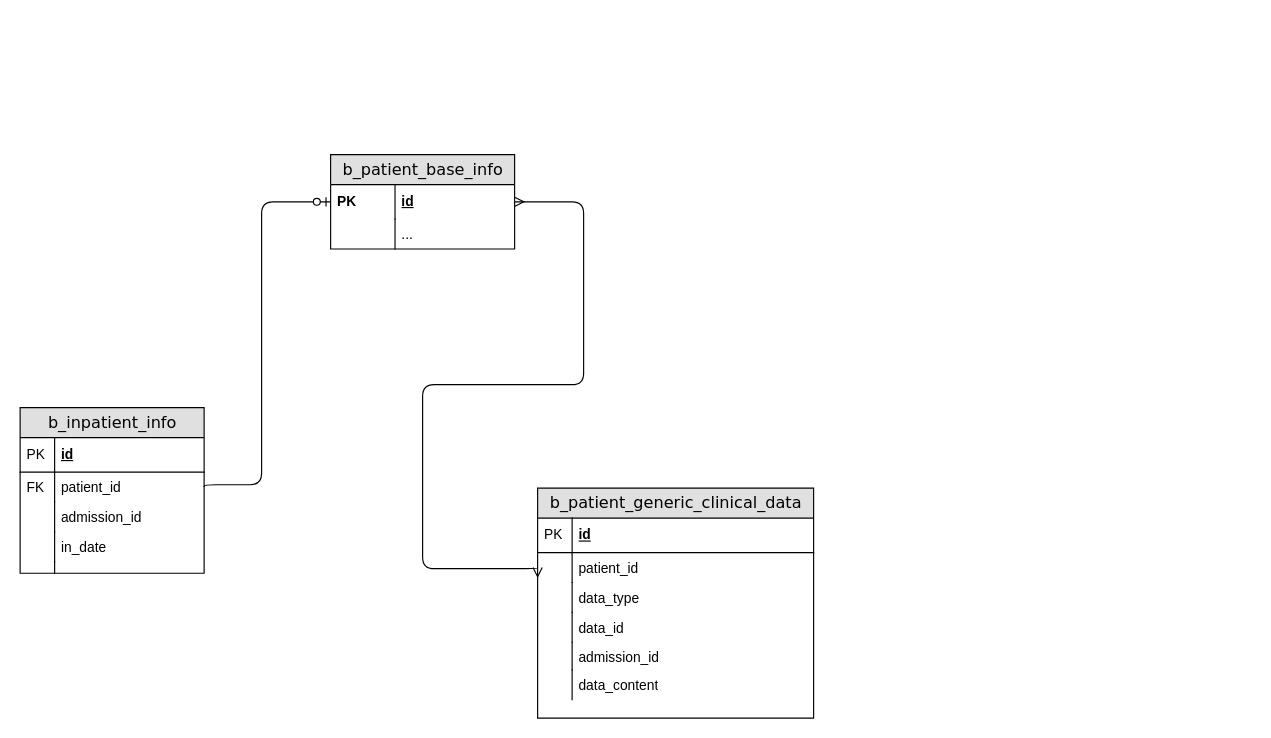
Earlier version of the draw.io diagram Untitled Diagram.drawio (suzhc/draw.io). Source tidied: cells renumbered, new cells numbered last; positions are measured from the earlier drawing's top-left corner, leaving out a move shared by most shapes. Both pictures are drawn from the tidied source at 115%, with x=0, y=0 at pixel (20, 154).
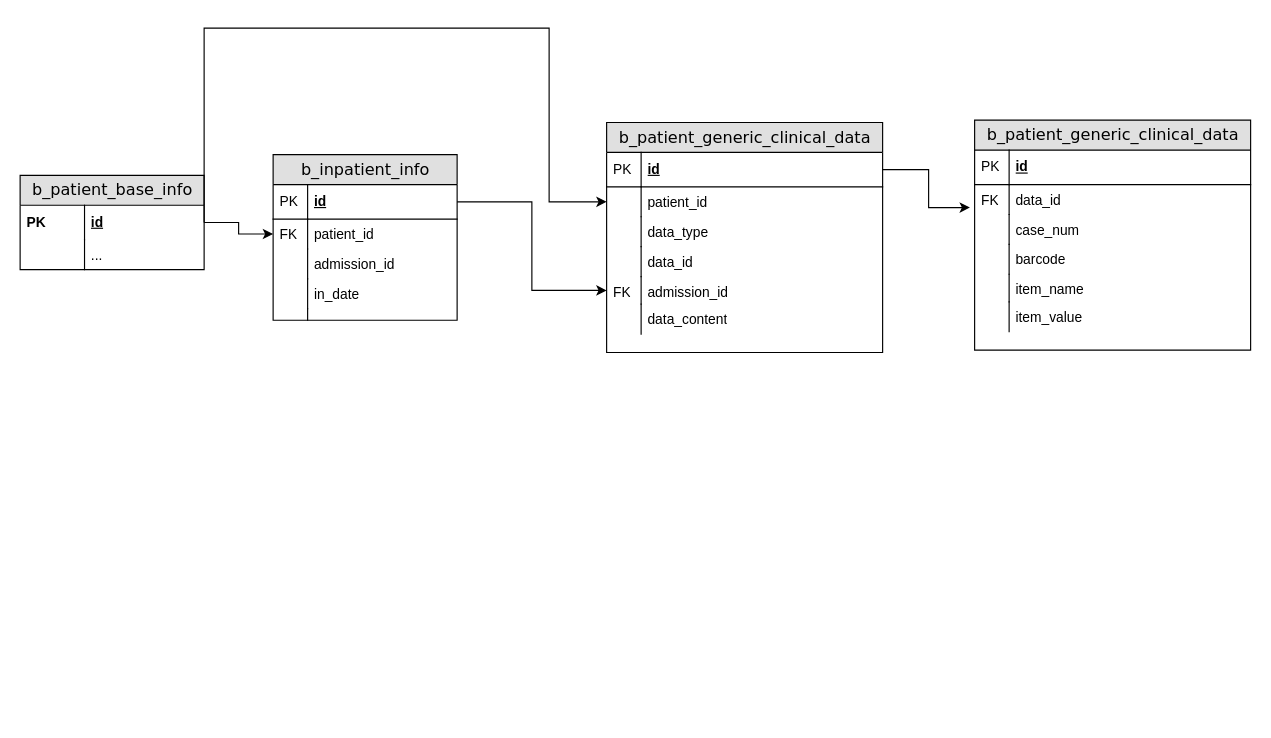
Above is the later version.

Commit message:
住院表设计.drawio

Unchanged cells that the change refers to:
```xml
<mxCell id="3" value="id" style="shape=partialRectangle;top=0;left=0;right=0;bottom=0;html=1;align=left;verticalAlign=middle;fillColor=none;spacingLeft=60;spacingRight=4;whiteSpace=wrap;overflow=hidden;points=[[0,0.5],[1,0.5]];portConstraint=eastwest;fontStyle=5;" parent="2" vertex="1">
  <mxGeometry y="26" width="160" height="30" as="geometry" />
</mxCell>
<mxCell id="8" value="id" style="shape=partialRectangle;top=0;left=0;right=0;bottom=1;html=1;align=left;verticalAlign=middle;fillColor=none;spacingLeft=34;spacingRight=4;whiteSpace=wrap;overflow=hidden;points=[[0,0.5],[1,0.5]];portConstraint=eastwest;fontStyle=5;" parent="7" vertex="1">
  <mxGeometry y="26" width="240" height="30" as="geometry" />
</mxCell>
<mxCell id="10" value="patient_id" style="shape=partialRectangle;top=0;left=0;right=0;bottom=0;html=1;align=left;verticalAlign=top;fillColor=none;spacingLeft=34;spacingRight=4;whiteSpace=wrap;overflow=hidden;points=[[0,0.5],[1,0.5]];portConstraint=eastwest;" parent="7" vertex="1">
  <mxGeometry y="56" width="240" height="26" as="geometry" />
</mxCell>
<mxCell id="16" value="admission_id" style="shape=partialRectangle;top=0;left=0;right=0;bottom=0;html=1;align=left;verticalAlign=top;fillColor=none;spacingLeft=34;spacingRight=4;whiteSpace=wrap;overflow=hidden;points=[[0,0.5],[1,0.5]];portConstraint=eastwest;" parent="7" vertex="1">
  <mxGeometry y="134" width="240" height="24" as="geometry" />
</mxCell>
<mxCell id="22" value="id" style="shape=partialRectangle;top=0;left=0;right=0;bottom=1;html=1;align=left;verticalAlign=middle;fillColor=none;spacingLeft=34;spacingRight=4;whiteSpace=wrap;overflow=hidden;points=[[0,0.5],[1,0.5]];portConstraint=eastwest;fontStyle=5;" parent="21" vertex="1">
  <mxGeometry y="26" width="160" height="30" as="geometry" />
</mxCell>
<mxCell id="24" value="patient_id" style="shape=partialRectangle;top=0;left=0;right=0;bottom=0;html=1;align=left;verticalAlign=top;fillColor=none;spacingLeft=34;spacingRight=4;whiteSpace=wrap;overflow=hidden;points=[[0,0.5],[1,0.5]];portConstraint=eastwest;" parent="21" vertex="1">
  <mxGeometry y="56" width="160" height="26" as="geometry" />
</mxCell>
```

Change to the diagram source:
```diff
@@
     <mxCell id="2" value="b_patient_base_info" style="swimlane;html=1;fontStyle=0;horizontal=1;startSize=26;fillColor=#e0e0e0;swimlaneFillColor=#ffffff;align=center;rounded=0;shadow=0;comic=0;labelBackgroundColor=none;strokeWidth=1;fontFamily=Verdana;fontSize=14;" parent="1" vertex="1">
-      <mxGeometry x="270" width="160" height="82" as="geometry" />
+      <mxGeometry y="18" width="160" height="82" as="geometry" />
     </mxCell>
@@
     <mxCell id="7" value="b_patient_generic_clinical_data" style="swimlane;html=1;fontStyle=0;horizontal=1;startSize=26;fillColor=#e0e0e0;swimlaneFillColor=#ffffff;align=center;rounded=0;shadow=0;comic=0;labelBackgroundColor=none;strokeWidth=1;fontFamily=Verdana;fontSize=14;" parent="1" vertex="1">
-      <mxGeometry x="450" y="290" width="240" height="200" as="geometry" />
+      <mxGeometry x="510" y="-28" width="240" height="200" as="geometry" />
     </mxCell>
@@
-    <mxCell id="17" style="shape=partialRectangle;top=0;left=0;bottom=0;html=1;fillColor=none;align=left;verticalAlign=top;spacingLeft=4;spacingRight=4;whiteSpace=wrap;overflow=hidden;" parent="16" vertex="1">
+    <mxCell id="17" value="FK" style="shape=partialRectangle;top=0;left=0;bottom=0;html=1;fillColor=none;align=left;verticalAlign=top;spacingLeft=4;spacingRight=4;whiteSpace=wrap;overflow=hidden;" parent="16" vertex="1">
       <mxGeometry width="30" height="24" as="geometry" />
     </mxCell>
@@
-    <mxCell id="20" style="edgeStyle=orthogonalEdgeStyle;html=1;endArrow=ERmany;startArrow=ERmany;labelBackgroundColor=none;fontFamily=Verdana;fontSize=14;entryX=1;entryY=0.5;exitX=0;exitY=0.5;exitDx=0;exitDy=0;" parent="1" edge="1" source="10" target="3">
-      <mxGeometry relative="1" as="geometry">
-        <Array as="points">
-          <mxPoint x="450" y="360" />
-          <mxPoint x="350" y="360" />
-          <mxPoint x="350" y="200" />
-          <mxPoint x="490" y="200" />
-          <mxPoint x="490" y="41" />
-        </Array>
-      </mxGeometry>
-    </mxCell>
     <mxCell id="21" value="b_inpatient_info" style="swimlane;html=1;fontStyle=0;horizontal=1;startSize=26;fillColor=#e0e0e0;swimlaneFillColor=#ffffff;align=center;rounded=0;shadow=0;comic=0;labelBackgroundColor=none;strokeWidth=1;fontFamily=Verdana;fontSize=14;" parent="1" vertex="1">
-      <mxGeometry y="220" width="160" height="144" as="geometry" />
+      <mxGeometry x="220" width="160" height="144" as="geometry" />
     </mxCell>
@@
-    <mxCell id="32" style="edgeStyle=orthogonalEdgeStyle;html=1;endArrow=ERzeroToOne;endFill=1;labelBackgroundColor=none;fontFamily=Verdana;fontSize=14;entryX=0;entryY=0.5;exitX=1;exitY=0.5;exitDx=0;exitDy=0;" parent="1" edge="1" source="24" target="3">
-      <mxGeometry relative="1" as="geometry">
-        <Array as="points">
-          <mxPoint x="210" y="287" />
-          <mxPoint x="210" y="41" />
-        </Array>
-      </mxGeometry>
-    </mxCell>
+    <mxCell id="33" value="b_patient_generic_clinical_data" style="swimlane;html=1;fontStyle=0;horizontal=1;startSize=26;fillColor=#e0e0e0;swimlaneFillColor=#ffffff;align=center;rounded=0;shadow=0;comic=0;labelBackgroundColor=none;strokeWidth=1;fontFamily=Verdana;fontSize=14;" parent="1" vertex="1">
+      <mxGeometry x="830" y="-30" width="240" height="200" as="geometry" />
+    </mxCell>
+    <mxCell id="34" value="id" style="shape=partialRectangle;top=0;left=0;right=0;bottom=1;html=1;align=left;verticalAlign=middle;fillColor=none;spacingLeft=34;spacingRight=4;whiteSpace=wrap;overflow=hidden;fontStyle=5;" parent="33" vertex="1">
+      <mxGeometry y="26" width="240" height="30" as="geometry" />
+    </mxCell>
+    <mxCell id="35" value="PK" style="shape=partialRectangle;top=0;left=0;bottom=0;html=1;fillColor=none;align=left;verticalAlign=middle;spacingLeft=4;spacingRight=4;whiteSpace=wrap;overflow=hidden;" parent="34" vertex="1">
+      <mxGeometry width="30" height="30" as="geometry" />
+    </mxCell>
+    <mxCell id="36" value="data_id" style="shape=partialRectangle;top=0;left=0;right=0;bottom=0;html=1;align=left;verticalAlign=top;fillColor=none;spacingLeft=34;spacingRight=4;whiteSpace=wrap;overflow=hidden;points=[[0,0.5],[1,0.5]];portConstraint=eastwest;" parent="33" vertex="1">
+      <mxGeometry y="56" width="240" height="26" as="geometry" />
+    </mxCell>
+    <mxCell id="37" value="FK" style="shape=partialRectangle;top=0;left=0;bottom=0;html=1;fillColor=none;align=left;verticalAlign=top;spacingLeft=4;spacingRight=4;whiteSpace=wrap;overflow=hidden;" parent="36" vertex="1">
+      <mxGeometry width="30" height="26" as="geometry" />
+    </mxCell>
+    <mxCell id="38" value="case_num" style="shape=partialRectangle;top=0;left=0;right=0;bottom=0;html=1;align=left;verticalAlign=top;fillColor=none;spacingLeft=34;spacingRight=4;whiteSpace=wrap;overflow=hidden;" parent="33" vertex="1">
+      <mxGeometry y="82" width="240" height="26" as="geometry" />
+    </mxCell>
+    <mxCell id="39" style="shape=partialRectangle;top=0;left=0;bottom=0;html=1;fillColor=none;align=left;verticalAlign=top;spacingLeft=4;spacingRight=4;whiteSpace=wrap;overflow=hidden;" parent="38" vertex="1">
+      <mxGeometry width="30" height="26" as="geometry" />
+    </mxCell>
+    <mxCell id="40" value="barcode" style="shape=partialRectangle;top=0;left=0;right=0;bottom=0;html=1;align=left;verticalAlign=top;fillColor=none;spacingLeft=34;spacingRight=4;whiteSpace=wrap;overflow=hidden;" parent="33" vertex="1">
+      <mxGeometry y="108" width="240" height="26" as="geometry" />
+    </mxCell>
+    <mxCell id="41" style="shape=partialRectangle;top=0;left=0;bottom=0;html=1;fillColor=none;align=left;verticalAlign=top;spacingLeft=4;spacingRight=4;whiteSpace=wrap;overflow=hidden;" parent="40" vertex="1">
+      <mxGeometry width="30" height="26" as="geometry" />
+    </mxCell>
+    <mxCell id="42" value="item_name" style="shape=partialRectangle;top=0;left=0;right=0;bottom=0;html=1;align=left;verticalAlign=top;fillColor=none;spacingLeft=34;spacingRight=4;whiteSpace=wrap;overflow=hidden;" parent="33" vertex="1">
+      <mxGeometry y="134" width="240" height="24" as="geometry" />
+    </mxCell>
+    <mxCell id="43" style="shape=partialRectangle;top=0;left=0;bottom=0;html=1;fillColor=none;align=left;verticalAlign=top;spacingLeft=4;spacingRight=4;whiteSpace=wrap;overflow=hidden;" parent="42" vertex="1">
+      <mxGeometry width="30" height="24" as="geometry" />
+    </mxCell>
+    <mxCell id="44" value="item_value" style="shape=partialRectangle;top=0;left=0;right=0;bottom=0;html=1;align=left;verticalAlign=top;fillColor=none;spacingLeft=34;spacingRight=4;whiteSpace=wrap;overflow=hidden;" parent="33" vertex="1">
+      <mxGeometry y="158" width="240" height="26" as="geometry" />
+    </mxCell>
+    <mxCell id="45" style="shape=partialRectangle;top=0;left=0;bottom=0;html=1;fillColor=none;align=left;verticalAlign=top;spacingLeft=4;spacingRight=4;whiteSpace=wrap;overflow=hidden;" parent="44" vertex="1">
+      <mxGeometry width="30" height="26" as="geometry" />
+    </mxCell>
+    <mxCell id="46" style="edgeStyle=orthogonalEdgeStyle;rounded=0;jettySize=auto;html=1;exitX=1;exitY=0.5;exitDx=0;exitDy=0;entryX=0;entryY=0.5;entryDx=0;entryDy=0;" parent="1" edge="1" source="3" target="24">
+      <mxGeometry relative="1" as="geometry" />
+    </mxCell>
+    <mxCell id="47" style="edgeStyle=orthogonalEdgeStyle;rounded=0;jettySize=auto;html=1;exitX=1;exitY=0.5;exitDx=0;exitDy=0;entryX=0;entryY=0.5;entryDx=0;entryDy=0;" parent="1" edge="1" source="22" target="16">
+      <mxGeometry relative="1" as="geometry" />
+    </mxCell>
+    <mxCell id="48" style="edgeStyle=orthogonalEdgeStyle;rounded=0;jettySize=auto;html=1;exitX=1;exitY=0.5;exitDx=0;exitDy=0;entryX=0;entryY=0.5;entryDx=0;entryDy=0;" parent="1" edge="1" source="3" target="10">
+      <mxGeometry relative="1" as="geometry">
+        <Array as="points">
+          <mxPoint x="160" y="-110" />
+          <mxPoint x="460" y="-110" />
+          <mxPoint x="460" y="41" />
+        </Array>
+      </mxGeometry>
+    </mxCell>
+    <mxCell id="49" style="edgeStyle=orthogonalEdgeStyle;rounded=0;jettySize=auto;html=1;exitX=1;exitY=0.5;exitDx=0;exitDy=0;entryX=-0.017;entryY=0.769;entryDx=0;entryDy=0;entryPerimeter=0;" parent="1" edge="1" source="8" target="36">
+      <mxGeometry relative="1" as="geometry" />
+    </mxCell>
```
